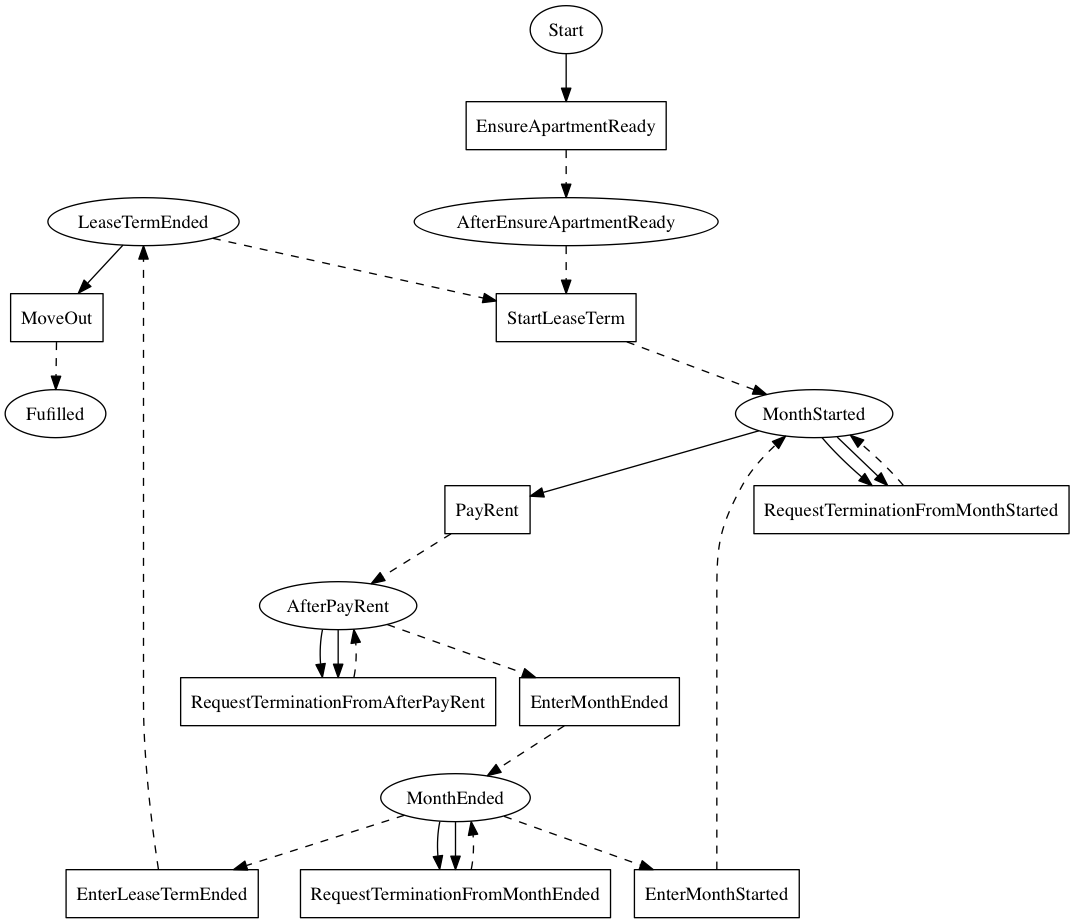
This is linear_state_machine_language/pyL4/examples_graphviz_out/from_academic_lit/hvitved_lease.png from Marcao02/complaw-deeptech, a Graphviz export, as it was before one commit. Its source is kept beside it as linear_state_machine_language/pyL4/examples_graphviz_out/from_academic_lit/hvitved_lease.dot. Its diagram source:
```dot

digraph Lease_Hvitved {
    Fulfilled[label=Fufilled];
    Start[label=Start];
	AfterEnsureApartmentReady[label=AfterEnsureApartmentReady];
	MonthStarted[label=MonthStarted];
	AfterPayRent[label=AfterPayRent];
	MonthEnded[label=MonthEnded];
	LeaseTermEnded[label=LeaseTermEnded]


    RequestTerminationFromMonthStarted[label=RequestTerminationFromMonthStarted,shape=box];
	RequestTerminationFromAfterPayRent[label=RequestTerminationFromAfterPayRent,shape=box];
	RequestTerminationFromMonthEnded[label=RequestTerminationFromMonthEnded,shape=box];
	EnsureApartmentReady[label=EnsureApartmentReady,shape=box];
	StartLeaseTerm[label=StartLeaseTerm,shape=box];
	EnterMonthStarted[label=EnterMonthStarted,shape=box];
	PayRent[label=PayRent,shape=box];
	EnterMonthEnded[label=EnterMonthEnded,shape=box];
	EnterLeaseTermEnded[label=EnterLeaseTermEnded,shape=box];
	MoveOut[label=MoveOut,shape=box]



    Start -> EnsureApartmentReady;
	AfterEnsureApartmentReady -> StartLeaseTerm [style=dashed];
	MonthStarted -> PayRent;
	MonthStarted -> RequestTerminationFromMonthStarted;
	MonthStarted -> RequestTerminationFromMonthStarted;
	AfterPayRent -> EnterMonthEnded [style=dashed];
	AfterPayRent -> RequestTerminationFromAfterPayRent;
	AfterPayRent -> RequestTerminationFromAfterPayRent;
	MonthEnded -> EnterLeaseTermEnded [style=dashed];
	MonthEnded -> EnterMonthStarted [style=dashed];
	MonthEnded -> RequestTerminationFromMonthEnded;
	MonthEnded -> RequestTerminationFromMonthEnded;
	LeaseTermEnded -> MoveOut;
	LeaseTermEnded -> StartLeaseTerm [style=dashed]

    RequestTerminationFromMonthStarted -> MonthStarted [style=dashed];
	RequestTerminationFromAfterPayRent -> AfterPayRent [style=dashed];
	RequestTerminationFromMonthEnded -> MonthEnded [style=dashed];
	EnsureApartmentReady -> AfterEnsureApartmentReady [style=dashed];
	StartLeaseTerm -> MonthStarted [style=dashed];
	EnterMonthStarted -> MonthStarted [style=dashed];
	PayRent -> AfterPayRent [style=dashed];
	EnterMonthEnded -> MonthEnded [style=dashed];
	EnterLeaseTermEnded -> LeaseTermEnded [style=dashed];
	MoveOut -> Fulfilled [style=dashed];

}
```
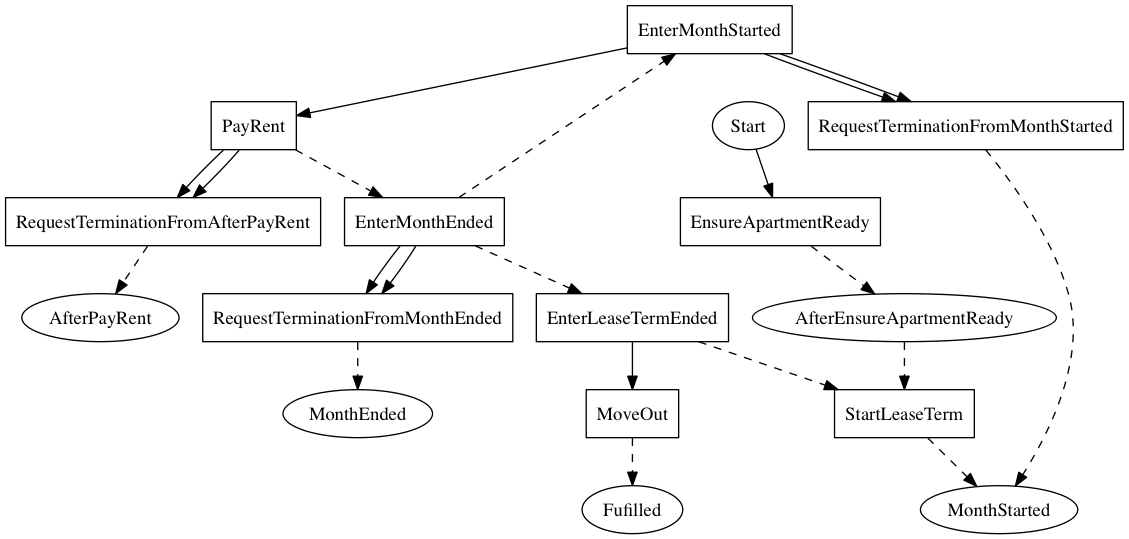
The same file after the commit.

Commit message:
another SAFE trace and further bug fixes. update lease example to use FollowingSection syntax.

Diff of the diagram source:
```diff
@@ -2,11 +2,7 @@
 digraph Lease_Hvitved {
     Fulfilled[label=Fufilled];
     Start[label=Start];
-	AfterEnsureApartmentReady[label=AfterEnsureApartmentReady];
-	MonthStarted[label=MonthStarted];
-	AfterPayRent[label=AfterPayRent];
-	MonthEnded[label=MonthEnded];
-	LeaseTermEnded[label=LeaseTermEnded]
+	AfterEnsureApartmentReady[label=AfterEnsureApartmentReady]
 
 
     RequestTerminationFromMonthStarted[label=RequestTerminationFromMonthStarted,shape=box];
@@ -24,28 +20,24 @@
 
     Start -> EnsureApartmentReady;
 	AfterEnsureApartmentReady -> StartLeaseTerm [style=dashed];
-	MonthStarted -> PayRent;
-	MonthStarted -> RequestTerminationFromMonthStarted;
-	MonthStarted -> RequestTerminationFromMonthStarted;
-	AfterPayRent -> EnterMonthEnded [style=dashed];
-	AfterPayRent -> RequestTerminationFromAfterPayRent;
-	AfterPayRent -> RequestTerminationFromAfterPayRent;
-	MonthEnded -> EnterLeaseTermEnded [style=dashed];
-	MonthEnded -> EnterMonthStarted [style=dashed];
-	MonthEnded -> RequestTerminationFromMonthEnded;
-	MonthEnded -> RequestTerminationFromMonthEnded;
-	LeaseTermEnded -> MoveOut;
-	LeaseTermEnded -> StartLeaseTerm [style=dashed]
+	EnterMonthStarted -> PayRent;
+	EnterMonthStarted -> RequestTerminationFromMonthStarted;
+	EnterMonthStarted -> RequestTerminationFromMonthStarted;
+	PayRent -> EnterMonthEnded [style=dashed];
+	PayRent -> RequestTerminationFromAfterPayRent;
+	PayRent -> RequestTerminationFromAfterPayRent;
+	EnterMonthEnded -> EnterLeaseTermEnded [style=dashed];
+	EnterMonthEnded -> EnterMonthStarted [style=dashed];
+	EnterMonthEnded -> RequestTerminationFromMonthEnded;
+	EnterMonthEnded -> RequestTerminationFromMonthEnded;
+	EnterLeaseTermEnded -> MoveOut;
+	EnterLeaseTermEnded -> StartLeaseTerm [style=dashed]
 
     RequestTerminationFromMonthStarted -> MonthStarted [style=dashed];
 	RequestTerminationFromAfterPayRent -> AfterPayRent [style=dashed];
 	RequestTerminationFromMonthEnded -> MonthEnded [style=dashed];
 	EnsureApartmentReady -> AfterEnsureApartmentReady [style=dashed];
 	StartLeaseTerm -> MonthStarted [style=dashed];
-	EnterMonthStarted -> MonthStarted [style=dashed];
-	PayRent -> AfterPayRent [style=dashed];
-	EnterMonthEnded -> MonthEnded [style=dashed];
-	EnterLeaseTermEnded -> LeaseTermEnded [style=dashed];
 	MoveOut -> Fulfilled [style=dashed];
 
 }
```
